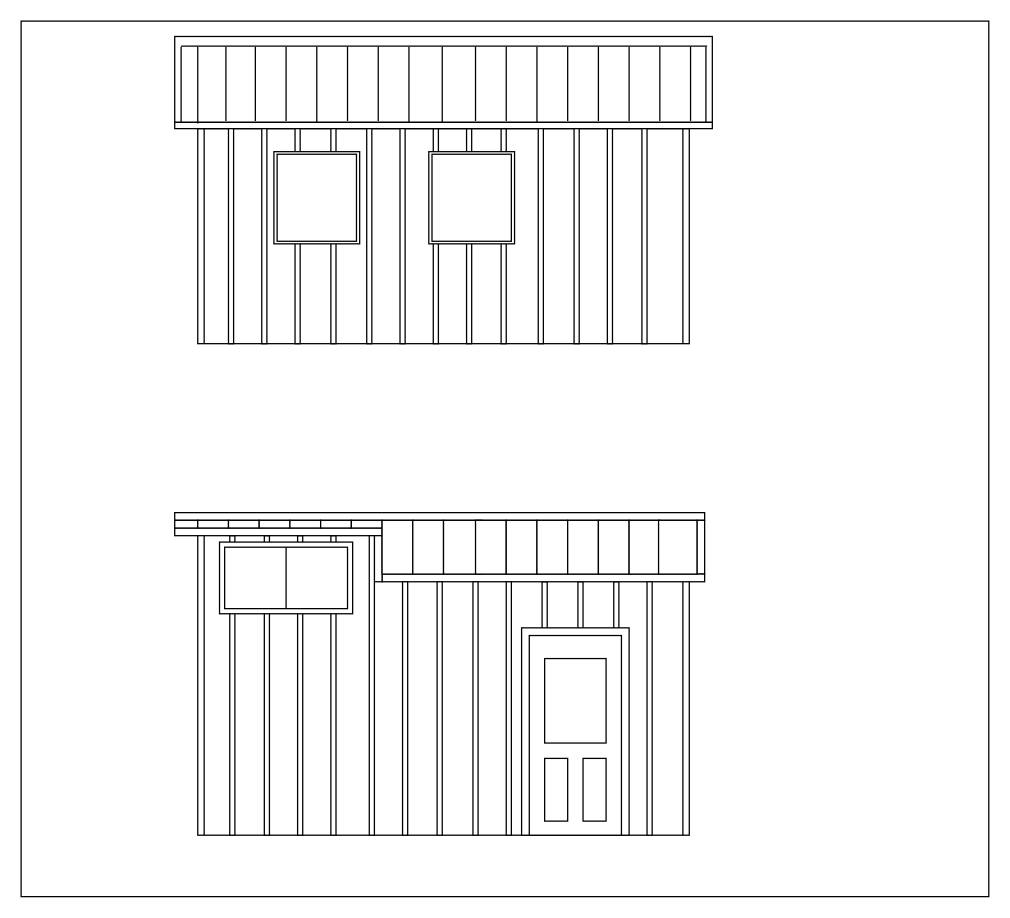
Earlier version of the draw.io diagram Billings Elevation.drawio (dpolaristar/drawio). Source tidied: cells renumbered, new cells numbered last; positions are measured from the earlier drawing's top-left corner, leaving out a move shared by most shapes. Both pictures are drawn from the tidied source at 128%, with x=0, y=0 at pixel (20, 20).
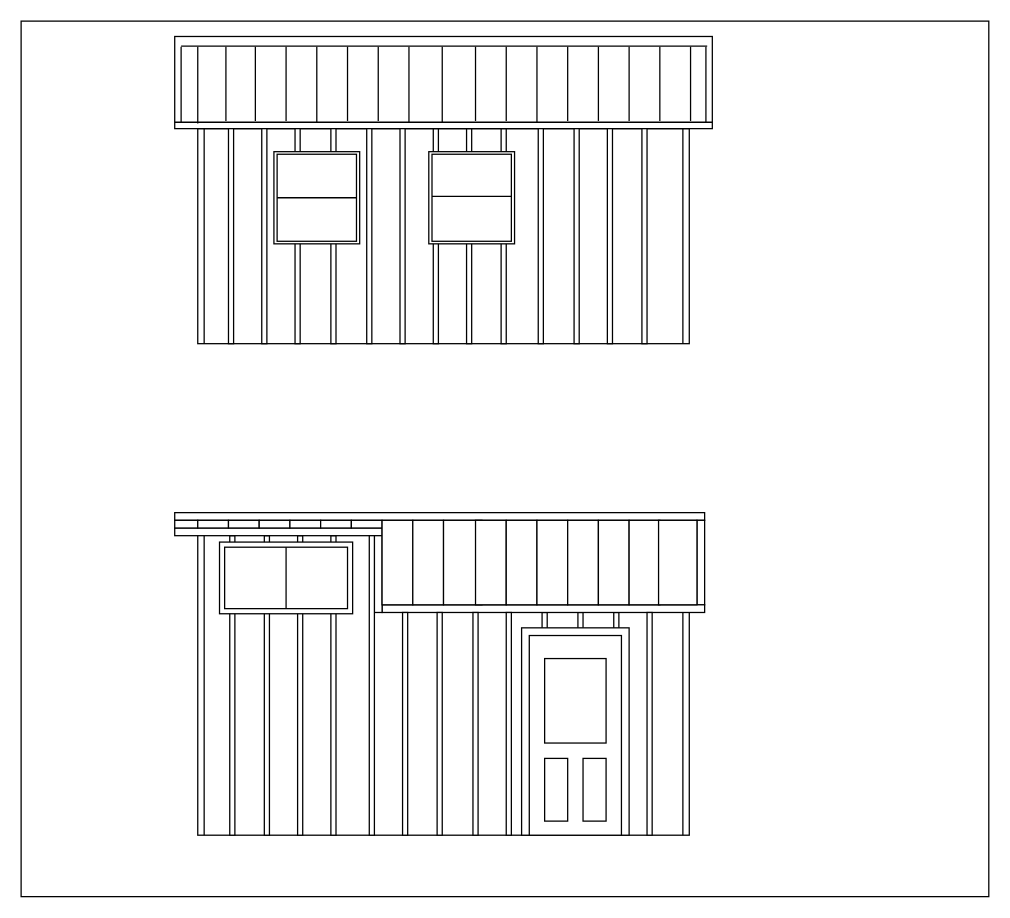
After the change.

Change to the diagram source:
```diff
@@
     <mxCell id="4" style="rounded=0;whiteSpace=wrap;html=1;strokeWidth=1;" parent="1" vertex="1">
-      <mxGeometry x="463" y="438" width="4" height="198" as="geometry" />
+      <mxGeometry x="463" y="462" width="4" height="174" as="geometry" />
     </mxCell>
     <mxCell id="5" style="rounded=0;whiteSpace=wrap;html=1;strokeWidth=1;" parent="1" vertex="1">
-      <mxGeometry x="435" y="438" width="4" height="198" as="geometry" />
+      <mxGeometry x="435" y="462" width="4" height="174" as="geometry" />
     </mxCell>
     <mxCell id="6" style="rounded=0;whiteSpace=wrap;html=1;strokeWidth=1;" parent="1" vertex="1">
-      <mxGeometry x="407" y="438" width="4" height="198" as="geometry" />
+      <mxGeometry x="407" y="462" width="4" height="174" as="geometry" />
     </mxCell>
@@
     <mxCell id="57" style="rounded=0;whiteSpace=wrap;html=1;strokeWidth=1;" parent="1" vertex="1">
-      <mxGeometry x="528" y="390" width="6" height="42" as="geometry" />
+      <mxGeometry x="528" y="390" width="6" height="66" as="geometry" />
     </mxCell>
     <mxCell id="58" style="rounded=0;whiteSpace=wrap;html=1;strokeWidth=1;" parent="1" vertex="1">
-      <mxGeometry x="282" y="432" width="252" height="6" as="geometry" />
+      <mxGeometry x="282" y="456" width="252" height="6" as="geometry" />
     </mxCell>
     <mxCell id="59" style="rounded=0;whiteSpace=wrap;html=1;strokeWidth=1;" parent="1" vertex="1">
-      <mxGeometry x="276" y="402" width="6" height="36" as="geometry" />
+      <mxGeometry x="276" y="402" width="6" height="60" as="geometry" />
     </mxCell>
@@
     <mxCell id="67" style="rounded=0;whiteSpace=wrap;html=1;strokeWidth=1;" parent="1" vertex="1">
-      <mxGeometry x="282" y="390" width="24" height="42" as="geometry" />
+      <mxGeometry x="282" y="390" width="24" height="66" as="geometry" />
     </mxCell>
     <mxCell id="68" style="rounded=0;whiteSpace=wrap;html=1;strokeWidth=1;" parent="1" vertex="1">
-      <mxGeometry x="306" y="390" width="24" height="42" as="geometry" />
+      <mxGeometry x="306" y="390" width="24" height="66" as="geometry" />
     </mxCell>
     <mxCell id="69" style="rounded=0;whiteSpace=wrap;html=1;strokeWidth=1;" parent="1" vertex="1">
-      <mxGeometry x="330" y="390" width="30" height="42" as="geometry" />
+      <mxGeometry x="330" y="390" width="30" height="66" as="geometry" />
     </mxCell>
     <mxCell id="70" style="rounded=0;whiteSpace=wrap;html=1;strokeWidth=1;" parent="1" vertex="1">
-      <mxGeometry x="355" y="390" width="24" height="42" as="geometry" />
+      <mxGeometry x="355" y="390" width="24" height="66" as="geometry" />
     </mxCell>
     <mxCell id="71" style="rounded=0;whiteSpace=wrap;html=1;strokeWidth=1;" parent="1" vertex="1">
-      <mxGeometry x="379" y="390" width="24" height="42" as="geometry" />
+      <mxGeometry x="379" y="390" width="24" height="66" as="geometry" />
     </mxCell>
     <mxCell id="72" style="rounded=0;whiteSpace=wrap;html=1;strokeWidth=1;" parent="1" vertex="1">
-      <mxGeometry x="403" y="390" width="24" height="42" as="geometry" />
+      <mxGeometry x="403" y="390" width="24" height="66" as="geometry" />
     </mxCell>
     <mxCell id="73" style="rounded=0;whiteSpace=wrap;html=1;strokeWidth=1;" parent="1" vertex="1">
-      <mxGeometry x="427" y="390" width="24" height="42" as="geometry" />
+      <mxGeometry x="427" y="390" width="24" height="66" as="geometry" />
     </mxCell>
     <mxCell id="74" style="rounded=0;whiteSpace=wrap;html=1;strokeWidth=1;" parent="1" vertex="1">
-      <mxGeometry x="451" y="390" width="24" height="42" as="geometry" />
+      <mxGeometry x="451" y="390" width="24" height="66" as="geometry" />
     </mxCell>
     <mxCell id="75" style="rounded=0;whiteSpace=wrap;html=1;strokeWidth=1;" parent="1" vertex="1">
-      <mxGeometry x="475" y="390" width="24" height="42" as="geometry" />
+      <mxGeometry x="475" y="390" width="24" height="66" as="geometry" />
     </mxCell>
     <mxCell id="76" style="rounded=0;whiteSpace=wrap;html=1;strokeWidth=1;" parent="1" vertex="1">
-      <mxGeometry x="498" y="390" width="30" height="42" as="geometry" />
+      <mxGeometry x="498" y="390" width="30" height="66" as="geometry" />
     </mxCell>
@@
     <mxCell id="78" style="line;strokeWidth=1;direction=south;html=1;" parent="1" vertex="1">
-      <mxGeometry x="512" y="438" width="10" height="198" as="geometry" />
+      <mxGeometry x="512" y="462" width="10" height="174" as="geometry" />
     </mxCell>
@@
     <mxCell id="80" style="rounded=0;whiteSpace=wrap;html=1;strokeWidth=1;" parent="1" vertex="1">
-      <mxGeometry x="298" y="438" width="4" height="198" as="geometry" />
+      <mxGeometry x="298" y="462" width="4" height="174" as="geometry" />
     </mxCell>
     <mxCell id="81" style="rounded=0;whiteSpace=wrap;html=1;strokeWidth=1;" parent="1" vertex="1">
-      <mxGeometry x="325" y="438" width="4" height="198" as="geometry" />
+      <mxGeometry x="325" y="462" width="4" height="174" as="geometry" />
     </mxCell>
     <mxCell id="82" style="rounded=0;whiteSpace=wrap;html=1;strokeWidth=1;" parent="1" vertex="1">
-      <mxGeometry x="353" y="438" width="4" height="198" as="geometry" />
+      <mxGeometry x="353" y="462" width="4" height="174" as="geometry" />
     </mxCell>
     <mxCell id="83" style="rounded=0;whiteSpace=wrap;html=1;strokeWidth=1;" parent="1" vertex="1">
-      <mxGeometry x="379" y="438" width="4" height="198" as="geometry" />
+      <mxGeometry x="379" y="462" width="4" height="174" as="geometry" />
     </mxCell>
     <mxCell id="84" style="rounded=0;whiteSpace=wrap;html=1;strokeWidth=1;" parent="1" vertex="1">
-      <mxGeometry x="489" y="438" width="4" height="198" as="geometry" />
+      <mxGeometry x="489" y="462" width="4" height="174" as="geometry" />
     </mxCell>
@@
+    <mxCell id="91" style="line;strokeWidth=1;html=1;" parent="1" vertex="1">
+      <mxGeometry x="200" y="133" width="62" height="10" as="geometry" />
+    </mxCell>
+    <mxCell id="92" style="line;strokeWidth=1;html=1;" parent="1" vertex="1">
+      <mxGeometry x="321" y="132" width="62" height="10" as="geometry" />
+    </mxCell>
```
